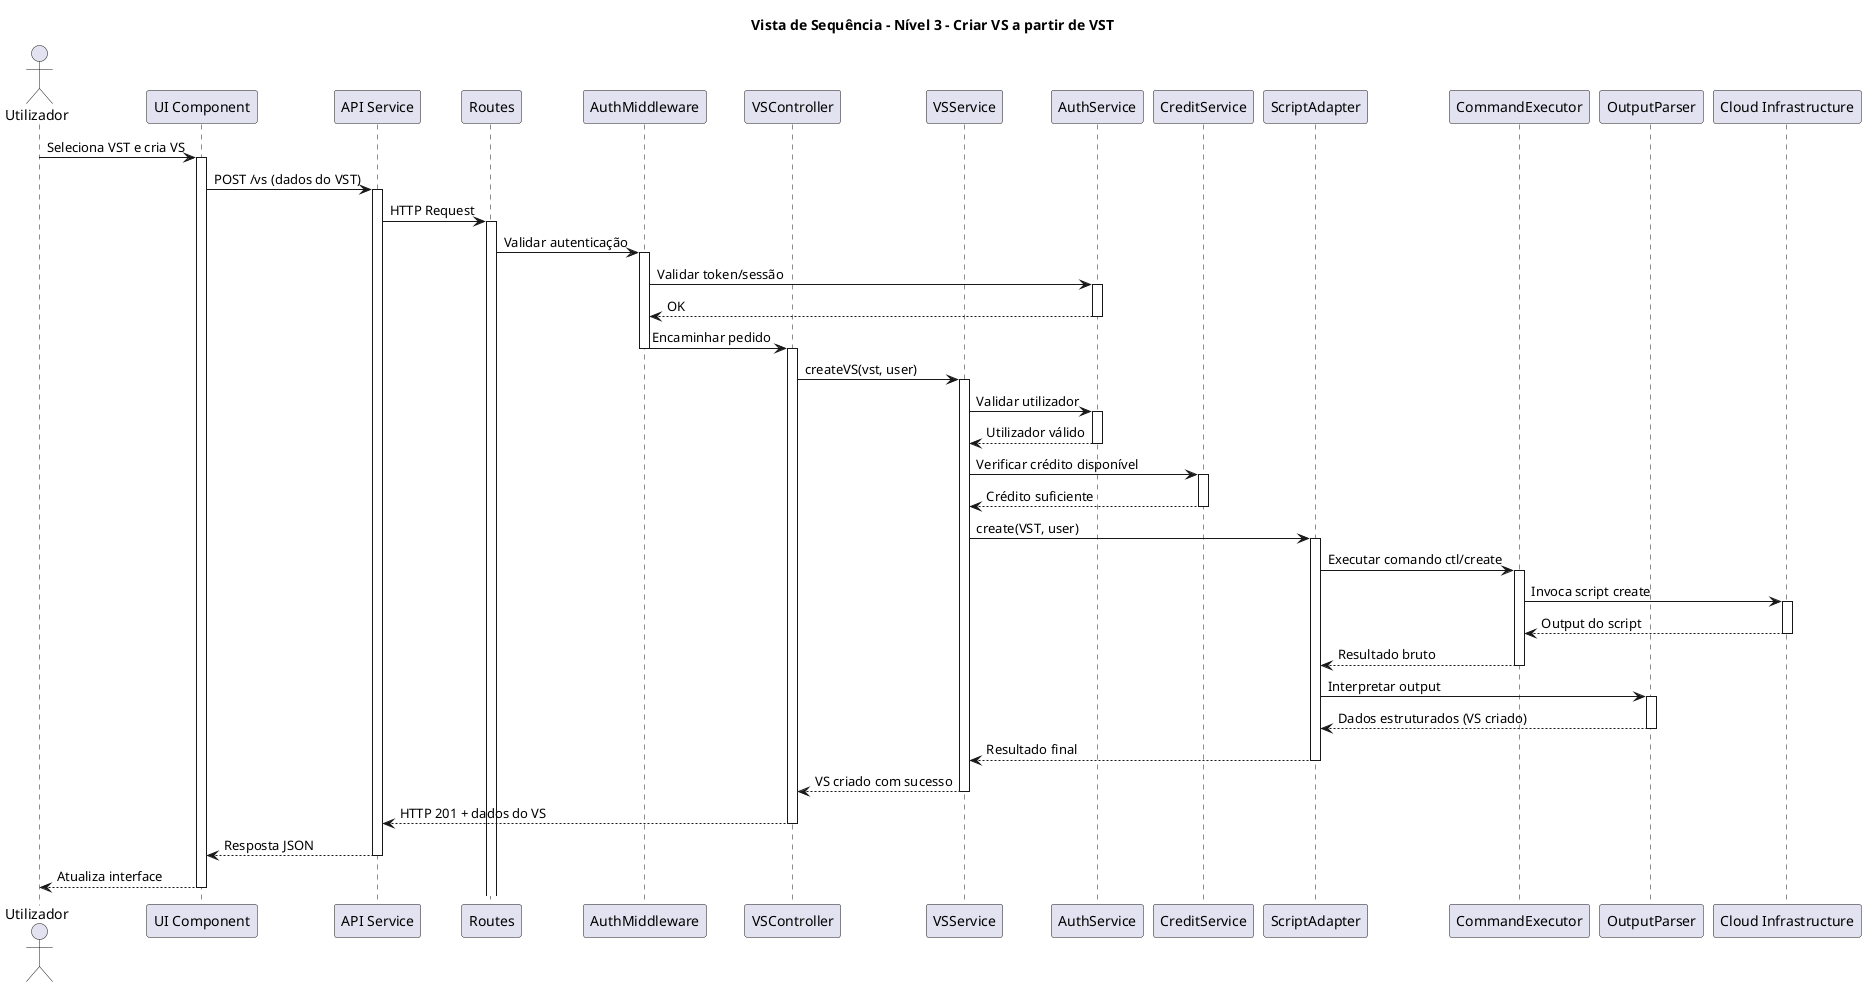
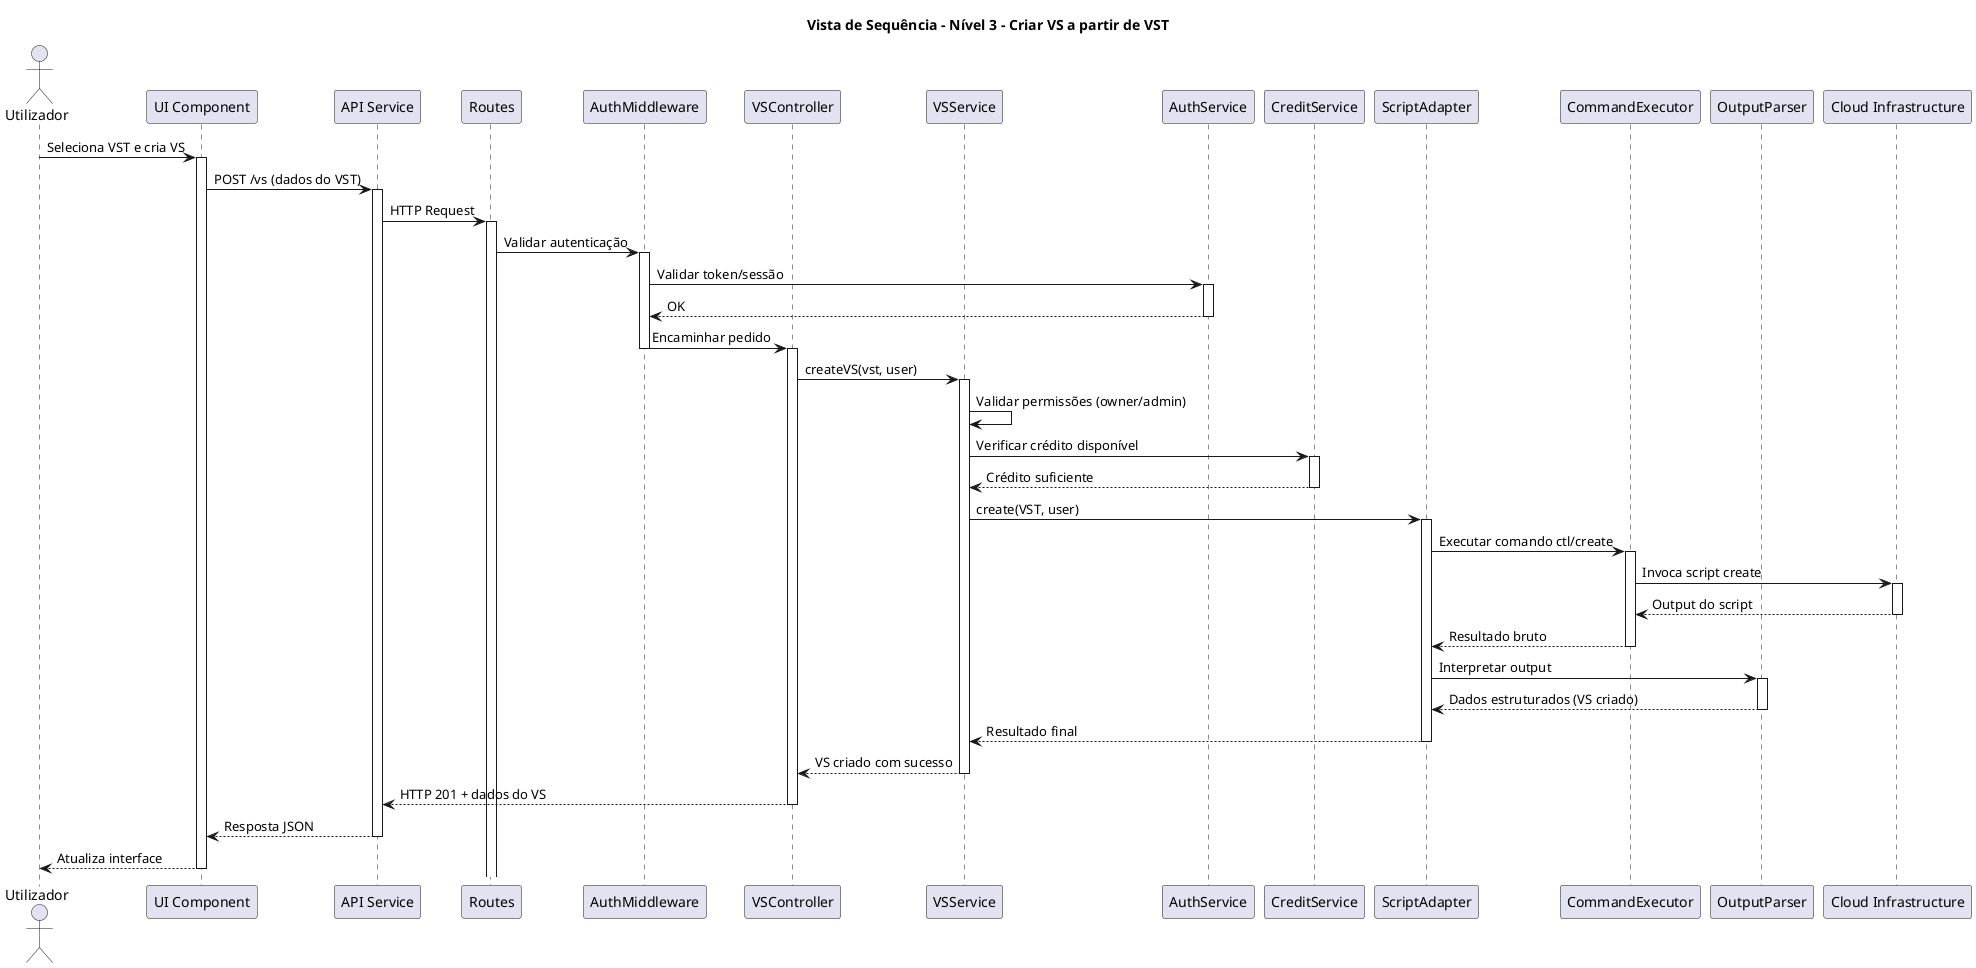
@startuml
title Vista de Sequência - Nível 3 - Criar VS a partir de VST

actor Utilizador

participant "UI Component" as UI
participant "API Service" as APIService
participant "Routes" as Routes
participant "AuthMiddleware" as Middleware
participant "VSController" as Controller
participant "VSService" as Service
participant "AuthService" as AuthService
participant "CreditService" as CreditService
participant "ScriptAdapter" as Adapter
participant "CommandExecutor" as Executor
participant "OutputParser" as Parser
participant "Cloud Infrastructure" as Cloud

Utilizador -> UI : Seleciona VST e cria VS
activate UI

UI -> APIService : POST /vs (dados do VST)
activate APIService

APIService -> Routes : HTTP Request
activate Routes

Routes -> Middleware : Validar autenticação
activate Middleware

Middleware -> AuthService : Validar token/sessão
activate AuthService
AuthService --> Middleware : OK
deactivate AuthService

Middleware -> Controller : Encaminhar pedido
deactivate Middleware

activate Controller
Controller -> Service : createVS(vst, user)
activate Service

- Service -> AuthService : Validar utilizador
- activate AuthService
- AuthService --> Service : Utilizador válido
- deactivate AuthService
+ Service -> Service : Validar permissões (owner/admin)

Service -> CreditService : Verificar crédito disponível
activate CreditService
CreditService --> Service : Crédito suficiente
deactivate CreditService

Service -> Adapter : create(VST, user)
activate Adapter

Adapter -> Executor : Executar comando ctl/create
activate Executor

Executor -> Cloud : Invoca script create
activate Cloud
Cloud --> Executor : Output do script
deactivate Cloud

Executor --> Adapter : Resultado bruto
deactivate Executor

Adapter -> Parser : Interpretar output
activate Parser
Parser --> Adapter : Dados estruturados (VS criado)
deactivate Parser

Adapter --> Service : Resultado final
deactivate Adapter

Service --> Controller : VS criado com sucesso
deactivate Service

Controller --> APIService : HTTP 201 + dados do VS
deactivate Controller

APIService --> UI : Resposta JSON
deactivate APIService

UI --> Utilizador : Atualiza interface
deactivate UI

@enduml